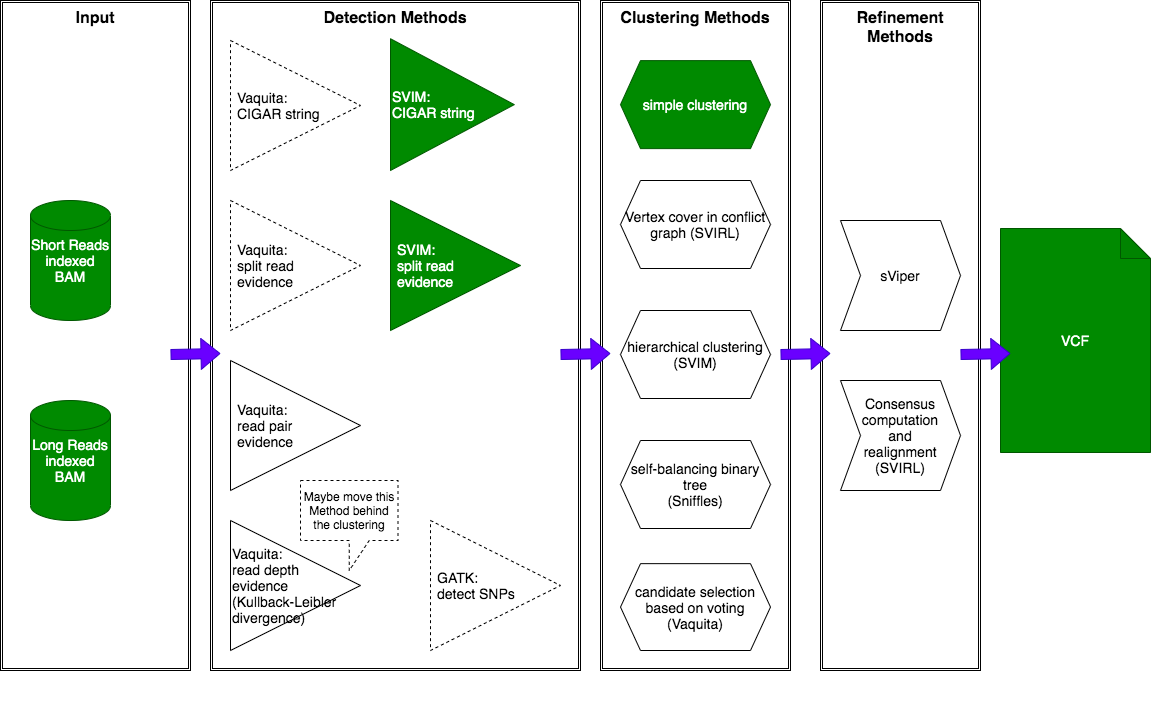
Before: doc/iGenVar_Workflow.png, a diagram exported from draw.io (seqan/iGenVar). Source tidied: cells renumbered, new cells last; positions are measured from the earlier drawing's top-left corner, leaving out a move shared by most shapes.
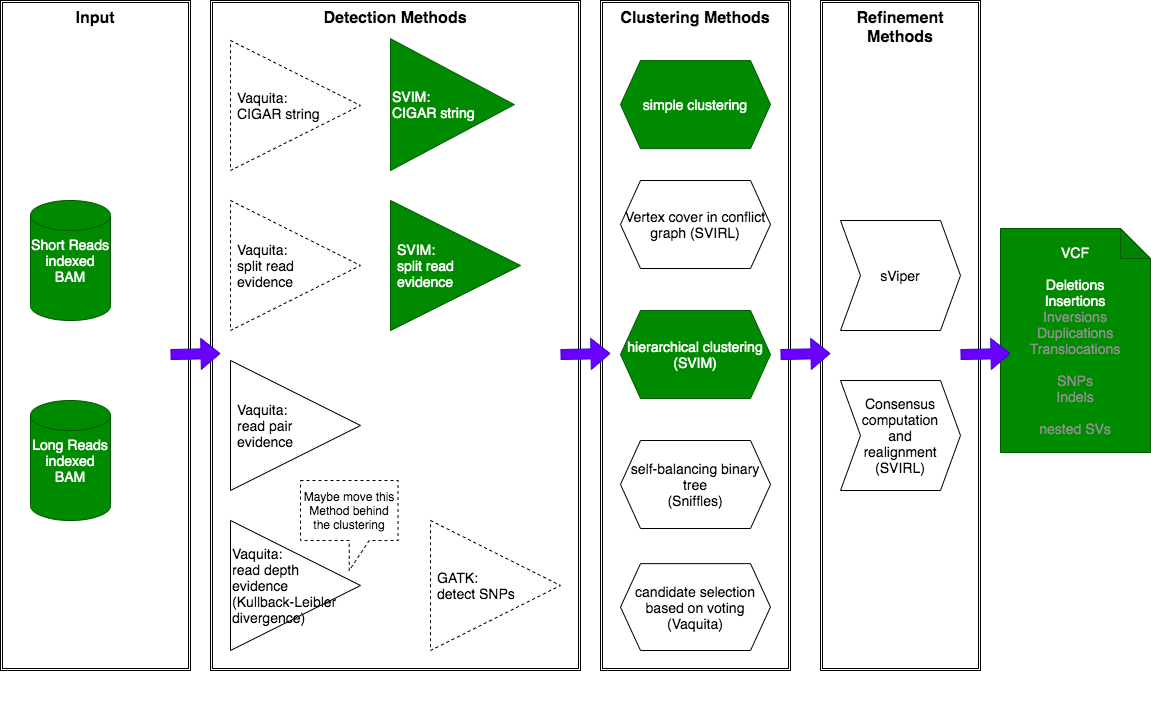
The same file after the commit.

Commit message:
[DOC] Update iGenVar Workflow Graph

The edit, as a diff of the source:
```diff
@@ -14,7 +14,7 @@
     <mxCell id="5" value="&lt;b&gt;&lt;font style=&quot;font-size: 16px&quot;&gt;Clustering Methods&lt;/font&gt;&lt;/b&gt;" style="shape=ext;double=1;rounded=0;whiteSpace=wrap;html=1;verticalAlign=top;" parent="1" vertex="1">
       <mxGeometry x="600" width="190" height="670" as="geometry" />
     </mxCell>
-    <mxCell id="6" value="VCF" style="shape=note;whiteSpace=wrap;html=1;backgroundOutline=1;darkOpacity=0.05;fontSize=14;fillColor=#008a00;strokeColor=#005700;fontColor=#ffffff;" parent="1" vertex="1">
+    <mxCell id="6" value="VCF&lt;br&gt;&lt;br&gt;Deletions&lt;br&gt;Insertions&lt;br&gt;&lt;font color=&quot;#8f8f8f&quot;&gt;Inversions&lt;br&gt;Duplications&lt;br&gt;Translocations&lt;br&gt;&lt;br&gt;SNPs&lt;br&gt;Indels&lt;br&gt;&lt;br&gt;nested SVs&lt;br&gt;&lt;/font&gt;" style="shape=note;whiteSpace=wrap;html=1;backgroundOutline=1;darkOpacity=0.05;fontSize=14;fillColor=#008a00;strokeColor=#005700;fontColor=#ffffff;" parent="1" vertex="1">
       <mxGeometry x="1000" y="228" width="150" height="224" as="geometry" />
     </mxCell>
     <mxCell id="7" value="sViper" style="shape=step;perimeter=stepPerimeter;whiteSpace=wrap;html=1;fixedSize=1;labelBackgroundColor=none;fontSize=14;" parent="1" vertex="1">
@@ -32,7 +32,7 @@
     <mxCell id="11" style="group;" parent="1" vertex="1">
       <mxGeometry x="620" y="210" width="150" height="440" as="geometry" />
     </mxCell>
-    <mxCell id="12" value="hierarchical clustering&lt;br style=&quot;font-size: 14px;&quot;&gt;(SVIM)" style="shape=hexagon;perimeter=hexagonPerimeter2;whiteSpace=wrap;html=1;fixedSize=1;labelBackgroundColor=none;fontSize=14;" parent="11" vertex="1">
+    <mxCell id="12" value="hierarchical clustering&lt;br style=&quot;font-size: 14px;&quot;&gt;(SVIM)" style="shape=hexagon;perimeter=hexagonPerimeter2;whiteSpace=wrap;html=1;fixedSize=1;labelBackgroundColor=none;fontSize=14;fillColor=#008a00;strokeColor=#005700;fontColor=#ffffff;" parent="11" vertex="1">
       <mxGeometry y="100" width="150" height="88" as="geometry" />
     </mxCell>
     <mxCell id="13" value="self-balancing binary tree&lt;br style=&quot;font-size: 14px;&quot;&gt;(Sniffles)" style="shape=hexagon;perimeter=hexagonPerimeter2;whiteSpace=wrap;html=1;fixedSize=1;labelBackgroundColor=none;fontSize=14;" parent="11" vertex="1">
```
